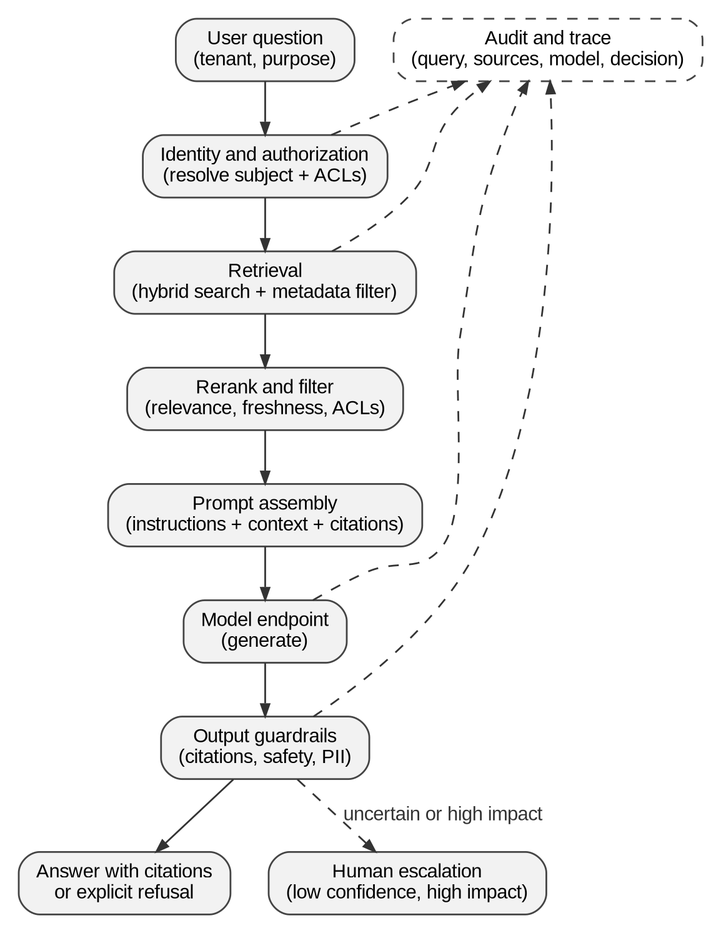
This is assets/diagrams/rendered/ai-rag-request-flow.png from cesarcastrocuba/handbook-solutions-architecture, a Graphviz export, as it was before one commit. Its source is kept beside it as assets/diagrams/src/ai-rag-request-flow.dot.
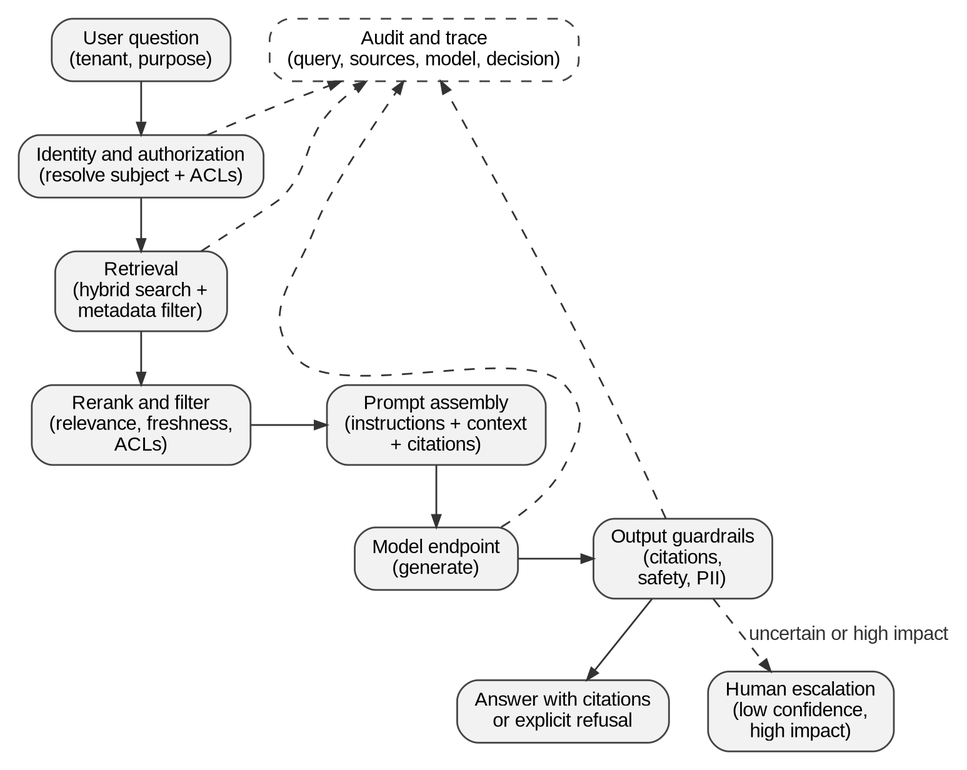
The same file after the commit.

Change to the diagram source:
```diff
@@ -3,13 +3,15 @@
  rankdir=TB;
  q [label="User question\n(tenant, purpose)"];
  auth [label="Identity and authorization\n(resolve subject + ACLs)"];
- ret [label="Retrieval\n(hybrid search + metadata filter)"];
- rank [label="Rerank and filter\n(relevance, freshness, ACLs)"];
- prompt [label="Prompt assembly\n(instructions + context + citations)"];
+ ret [label="Retrieval\n(hybrid search +\nmetadata filter)"];
+ rank [label="Rerank and filter\n(relevance, freshness,\nACLs)"];
+ prompt [label="Prompt assembly\n(instructions + context\n+ citations)"];
  model [label="Model endpoint\n(generate)"];
- guard [label="Output guardrails\n(citations, safety, PII)"];
+ guard [label="Output guardrails\n(citations,\nsafety, PII)"];
  ans [label="Answer with citations\nor explicit refusal"];
- human [label="Human escalation\n(low confidence, high impact)"];
+ human [label="Human escalation\n(low confidence,\nhigh impact)"];
  trace [label="Audit and trace\n(query, sources, model, decision)", shape=box, style="rounded,dashed"];
  q->auth->ret->rank->prompt->model->guard->ans; guard->human [label="uncertain or high impact", style=dashed]; auth->trace [style=dashed, constraint=false]; ret->trace [style=dashed, constraint=false]; model->trace [style=dashed, constraint=false]; guard->trace [style=dashed, constraint=false];
+ {rank=same; rank; prompt}
+ {rank=same; model; guard}
 }
```
